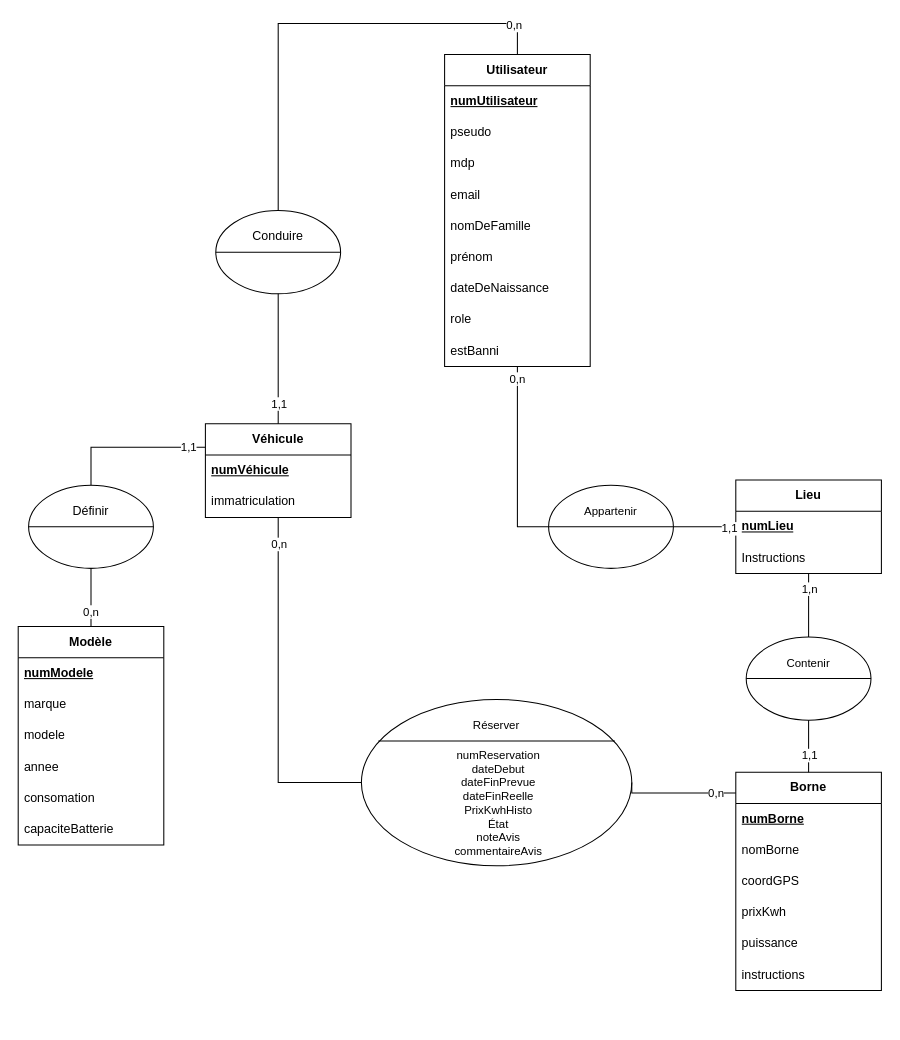
The draw.io diagram page "mcd" (1 of 3) of merise-electricity-business.drawio in LaiPe/electricity-business-back, before the edit. Source tidied: cells renumbered, new cells numbered last; positions are measured from the earlier drawing's top-left corner, leaving out a move shared by most shapes. Both pictures are drawn from the tidied source at 104%, with x=0, y=0 at pixel (18, 23).
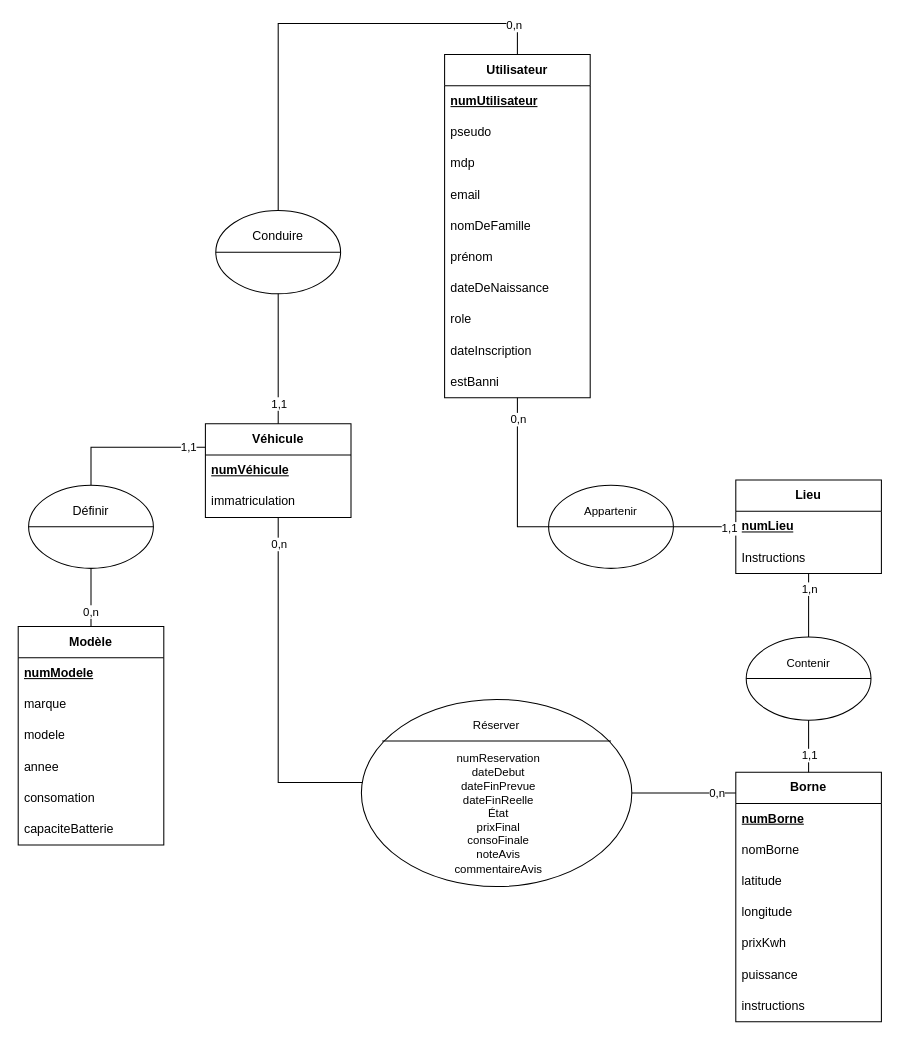
The same page after the edit.

The change refers to these unchanged cells:
```xml
<mxCell id="28" style="edgeStyle=orthogonalEdgeStyle;shape=connector;rounded=0;jettySize=auto;html=1;exitX=0;exitY=0.5;exitDx=0;exitDy=0;strokeColor=default;align=center;verticalAlign=middle;fontFamily=Helvetica;fontSize=11;fontColor=default;labelBackgroundColor=default;startFill=0;endArrow=none;" parent="1" edge="1" source="25" target="4">
  <mxGeometry relative="1" as="geometry" />
</mxCell>
```

Diff of the diagram source:
```diff
@@
     <mxCell id="4" value="&lt;b&gt;Utilisateur&lt;/b&gt;" style="swimlane;fontStyle=0;horizontal=1;startSize=30;whiteSpace=wrap;html=1;" parent="1" vertex="1">
-      <mxGeometry x="410" y="30" width="140" height="300" as="geometry" />
+      <mxGeometry x="410" y="30" width="140" height="330" as="geometry" />
     </mxCell>
@@
+    <mxCell id="73" value="dateInscription" style="text;strokeColor=none;fillColor=none;align=left;verticalAlign=middle;spacingLeft=4;spacingRight=4;overflow=hidden;whiteSpace=wrap;html=1;" parent="4" vertex="1">
+      <mxGeometry y="270" width="140" height="30" as="geometry" />
+    </mxCell>
     <mxCell id="13" value="estBanni" style="text;strokeColor=none;fillColor=none;align=left;verticalAlign=middle;spacingLeft=4;spacingRight=4;overflow=hidden;whiteSpace=wrap;html=1;" parent="4" vertex="1">
-      <mxGeometry y="270" width="140" height="30" as="geometry" />
+      <mxGeometry y="300" width="140" height="30" as="geometry" />
     </mxCell>
     <mxCell id="14" value="&lt;b&gt;Borne&lt;/b&gt;" style="swimlane;fontStyle=0;horizontal=1;startSize=30;whiteSpace=wrap;html=1;" parent="1" vertex="1">
-      <mxGeometry x="690" y="720" width="140" height="210" as="geometry" />
+      <mxGeometry x="690" y="720" width="140" height="240" as="geometry" />
     </mxCell>
@@
-    <mxCell id="17" value="coordGPS" style="text;strokeColor=none;fillColor=none;align=left;verticalAlign=middle;spacingLeft=4;spacingRight=4;overflow=hidden;whiteSpace=wrap;html=1;" parent="14" vertex="1">
+    <mxCell id="17" value="latitude" style="text;strokeColor=none;fillColor=none;align=left;verticalAlign=middle;spacingLeft=4;spacingRight=4;overflow=hidden;whiteSpace=wrap;html=1;" parent="14" vertex="1">
       <mxGeometry y="90" width="140" height="30" as="geometry" />
     </mxCell>
+    <mxCell id="74" value="longitude" style="text;strokeColor=none;fillColor=none;align=left;verticalAlign=middle;spacingLeft=4;spacingRight=4;overflow=hidden;whiteSpace=wrap;html=1;" parent="14" vertex="1">
+      <mxGeometry y="120" width="140" height="30" as="geometry" />
+    </mxCell>
     <mxCell id="18" value="prixKwh" style="text;strokeColor=none;fillColor=none;align=left;verticalAlign=middle;spacingLeft=4;spacingRight=4;overflow=hidden;whiteSpace=wrap;html=1;" parent="14" vertex="1">
-      <mxGeometry y="120" width="140" height="30" as="geometry" />
+      <mxGeometry y="150" width="140" height="30" as="geometry" />
     </mxCell>
     <mxCell id="19" value="puissance" style="text;strokeColor=none;fillColor=none;align=left;verticalAlign=middle;spacingLeft=4;spacingRight=4;overflow=hidden;whiteSpace=wrap;html=1;" parent="14" vertex="1">
-      <mxGeometry y="150" width="140" height="30" as="geometry" />
+      <mxGeometry y="180" width="140" height="30" as="geometry" />
     </mxCell>
     <mxCell id="20" value="instructions" style="text;strokeColor=none;fillColor=none;align=left;verticalAlign=middle;spacingLeft=4;spacingRight=4;overflow=hidden;whiteSpace=wrap;html=1;" parent="14" vertex="1">
-      <mxGeometry y="180" width="140" height="30" as="geometry" />
+      <mxGeometry y="210" width="140" height="30" as="geometry" />
     </mxCell>
@@
     <mxCell id="29" value="0,n" style="edgeLabel;html=1;align=center;verticalAlign=middle;fontFamily=Helvetica;fontSize=11;fontColor=default;labelBackgroundColor=default;" parent="28" vertex="1">
-      <mxGeometry x="0.88" y="1" relative="1" as="geometry" />
+      <mxGeometry x="0.88" y="1" relative="1" as="geometry">
+        <mxPoint x="1" y="11" as="offset" />
+      </mxGeometry>
     </mxCell>
@@
     <mxCell id="40" style="group;fontFamily=Helvetica;fontSize=11;fontColor=default;labelBackgroundColor=default;rounded=0;" parent="1" vertex="1">
-      <mxGeometry x="330" y="650" width="260" height="160" as="geometry" />
+      <mxGeometry x="330" y="650" width="260" height="180" as="geometry" />
     </mxCell>
     <mxCell id="41" style="ellipse;whiteSpace=wrap;html=1;fontFamily=Helvetica;fontSize=11;fontColor=default;labelBackgroundColor=default;" parent="40" vertex="1">
-      <mxGeometry width="260" height="160" as="geometry" />
+      <mxGeometry width="260" height="180" as="geometry" />
     </mxCell>
@@
-    <mxCell id="43" value="&lt;div&gt;numReservation&lt;/div&gt;dateDebut&lt;div&gt;dateFinPrevue&lt;br&gt;&lt;div&gt;dateFinReelle&lt;/div&gt;&lt;div&gt;&lt;span style=&quot;background-color: light-dark(#ffffff, var(--ge-dark-color, #121212)); color: light-dark(rgb(0, 0, 0), rgb(255, 255, 255));&quot;&gt;PrixKwhHisto&lt;/span&gt;&lt;/div&gt;&lt;div&gt;&lt;span style=&quot;color: light-dark(rgb(0, 0, 0), rgb(255, 255, 255)); background-color: light-dark(#ffffff, var(--ge-dark-color, #121212));&quot;&gt;État&lt;/span&gt;&lt;/div&gt;&lt;div&gt;&lt;span style=&quot;color: light-dark(rgb(0, 0, 0), rgb(255, 255, 255)); background-color: light-dark(#ffffff, var(--ge-dark-color, #121212));&quot;&gt;noteAvis&lt;/span&gt;&lt;/div&gt;&lt;div&gt;&lt;span style=&quot;color: light-dark(rgb(0, 0, 0), rgb(255, 255, 255)); background-color: light-dark(#ffffff, var(--ge-dark-color, #121212));&quot;&gt;commentaireAvis&lt;/span&gt;&lt;/div&gt;&lt;/div&gt;" style="text;html=1;align=center;verticalAlign=middle;whiteSpace=wrap;rounded=0;fontFamily=Helvetica;fontSize=11;fontColor=default;labelBackgroundColor=default;" parent="40" vertex="1">
-      <mxGeometry x="65" y="60" width="133.8" height="80" as="geometry" />
+    <mxCell id="43" value="&lt;div&gt;numReservation&lt;/div&gt;dateDebut&lt;div&gt;dateFinPrevue&lt;br&gt;&lt;div&gt;dateFinReelle&lt;/div&gt;&lt;div&gt;&lt;span style=&quot;color: light-dark(rgb(0, 0, 0), rgb(255, 255, 255)); background-color: light-dark(#ffffff, var(--ge-dark-color, #121212));&quot;&gt;État&lt;/span&gt;&lt;/div&gt;&lt;div&gt;&lt;span style=&quot;color: light-dark(rgb(0, 0, 0), rgb(255, 255, 255)); background-color: light-dark(#ffffff, var(--ge-dark-color, #121212));&quot;&gt;prixFinal&lt;/span&gt;&lt;/div&gt;&lt;div&gt;consoFinale&lt;/div&gt;&lt;div&gt;&lt;span style=&quot;color: light-dark(rgb(0, 0, 0), rgb(255, 255, 255)); background-color: light-dark(#ffffff, var(--ge-dark-color, #121212));&quot;&gt;noteAvis&lt;/span&gt;&lt;/div&gt;&lt;div&gt;&lt;span style=&quot;color: light-dark(rgb(0, 0, 0), rgb(255, 255, 255)); background-color: light-dark(#ffffff, var(--ge-dark-color, #121212));&quot;&gt;commentaireAvis&lt;/span&gt;&lt;/div&gt;&lt;/div&gt;" style="text;html=1;align=center;verticalAlign=middle;whiteSpace=wrap;rounded=0;fontFamily=Helvetica;fontSize=11;fontColor=default;labelBackgroundColor=default;" parent="40" vertex="1">
+      <mxGeometry x="65" y="70" width="133.8" height="80" as="geometry" />
     </mxCell>
     <mxCell id="44" style="endArrow=none;html=1;rounded=0;strokeColor=default;align=center;verticalAlign=middle;fontFamily=Helvetica;fontSize=11;fontColor=default;labelBackgroundColor=default;edgeStyle=orthogonalEdgeStyle;" parent="40" edge="1">
       <mxGeometry relative="1" as="geometry">
-        <mxPoint x="16.3" y="40" as="sourcePoint" />
-        <mxPoint x="243.7" y="40" as="targetPoint" />
+        <mxPoint x="20" y="40" as="sourcePoint" />
+        <mxPoint x="240" y="40" as="targetPoint" />
       </mxGeometry>
     </mxCell>
```
